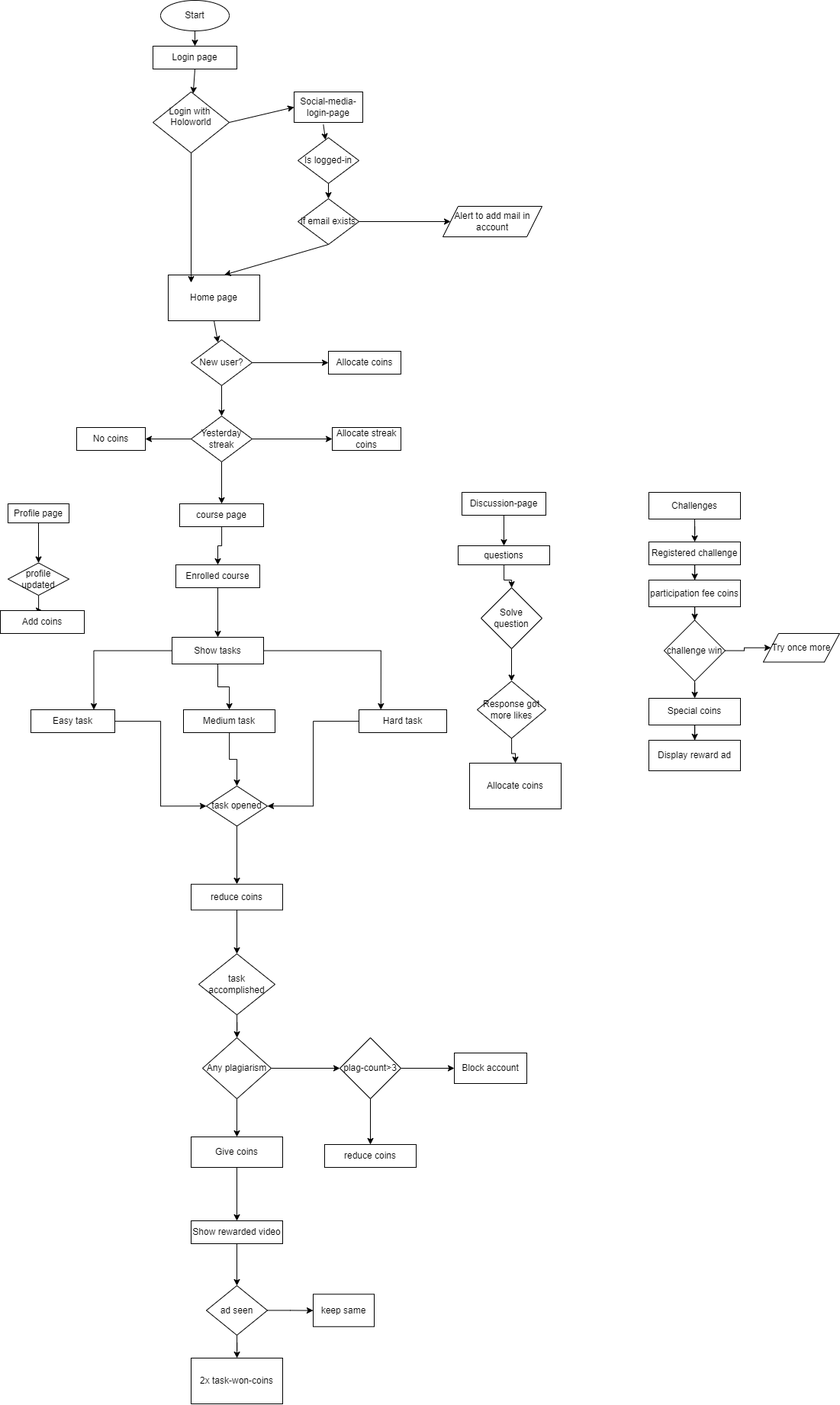
This is public/Coin-flow-chart.drawio.png from karthiksatish159/googleads, a draw.io export, as it was before one commit. Source tidied: cells renumbered, new cells last; positions are measured from the earlier drawing's top-left corner, leaving out a move shared by most shapes.
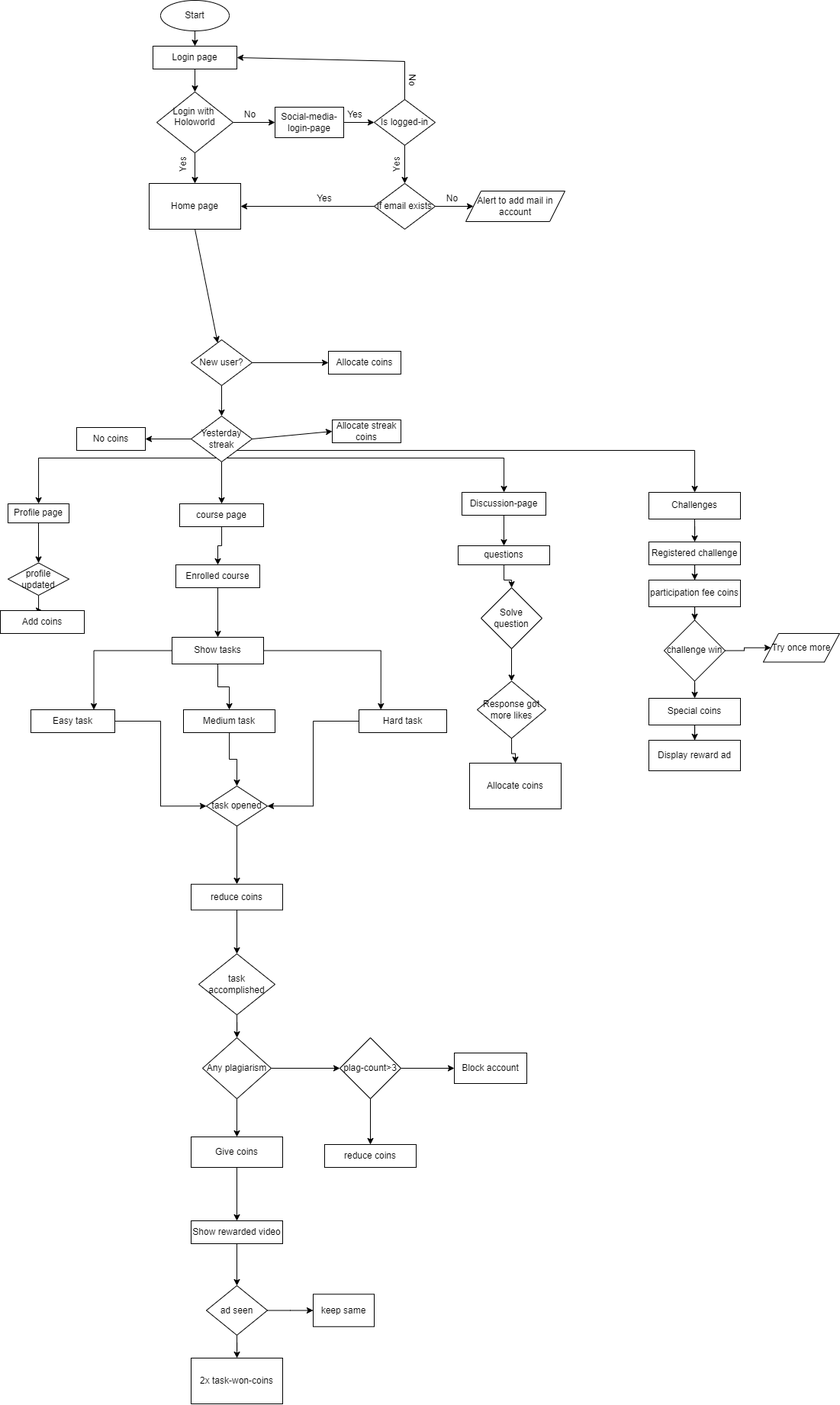
The same file after the commit.

What changed in the source:
```diff
@@ -8,23 +8,35 @@
     <mxCell id="3" value="Login page&lt;br&gt;" style="rounded=0;whiteSpace=wrap;html=1;" parent="1" vertex="1">
       <mxGeometry x="200" y="60" width="110" height="30" as="geometry" />
     </mxCell>
+    <mxCell id="93" style="edgeStyle=orthogonalEdgeStyle;rounded=0;jettySize=auto;html=1;" parent="1" edge="1" source="4" target="9">
+      <mxGeometry relative="1" as="geometry" />
+    </mxCell>
+    <mxCell id="94" style="edgeStyle=orthogonalEdgeStyle;rounded=0;jettySize=auto;html=1;" parent="1" edge="1" source="4" target="5">
+      <mxGeometry relative="1" as="geometry" />
+    </mxCell>
     <mxCell id="4" value="&lt;div style=&quot;&quot;&gt;&lt;span style=&quot;background-color: initial;&quot;&gt;Login with&amp;nbsp;&lt;/span&gt;&lt;/div&gt;&lt;div style=&quot;&quot;&gt;&lt;span style=&quot;background-color: initial;&quot;&gt;Holoworld&lt;/span&gt;&lt;/div&gt;&lt;div style=&quot;&quot;&gt;&lt;br&gt;&lt;/div&gt;" style="rhombus;whiteSpace=wrap;html=1;align=center;" parent="1" vertex="1">
-      <mxGeometry x="200" y="120" width="100" height="80" as="geometry" />
+      <mxGeometry x="205" y="120" width="100" height="80" as="geometry" />
     </mxCell>
+    <mxCell id="85" style="edgeStyle=orthogonalEdgeStyle;rounded=0;jettySize=auto;html=1;" parent="1" edge="1" source="5" target="6">
+      <mxGeometry relative="1" as="geometry" />
+    </mxCell>
     <mxCell id="5" value="Social-media-login-page" style="rounded=0;whiteSpace=wrap;html=1;" parent="1" vertex="1">
-      <mxGeometry x="385" y="120" width="90" height="40" as="geometry" />
+      <mxGeometry x="360" y="140" width="90" height="40" as="geometry" />
     </mxCell>
     <mxCell id="6" value="Is logged-in&lt;br&gt;" style="rhombus;whiteSpace=wrap;html=1;" parent="1" vertex="1">
-      <mxGeometry x="390" y="180" width="80" height="60" as="geometry" />
+      <mxGeometry x="490" y="130" width="80" height="60" as="geometry" />
     </mxCell>
+    <mxCell id="86" style="edgeStyle=orthogonalEdgeStyle;rounded=0;jettySize=auto;html=1;entryX=1;entryY=0.5;entryDx=0;entryDy=0;" parent="1" edge="1" source="7" target="9">
+      <mxGeometry relative="1" as="geometry" />
+    </mxCell>
     <mxCell id="7" value="if email exists" style="rhombus;whiteSpace=wrap;html=1;" parent="1" vertex="1">
-      <mxGeometry x="390" y="260" width="80" height="60" as="geometry" />
+      <mxGeometry x="490" y="240" width="80" height="60" as="geometry" />
     </mxCell>
     <mxCell id="8" value="Alert to add mail in account" style="shape=parallelogram;perimeter=parallelogramPerimeter;whiteSpace=wrap;html=1;fixedSize=1;" parent="1" vertex="1">
-      <mxGeometry x="580" y="270" width="130" height="40" as="geometry" />
+      <mxGeometry x="610" y="250" width="130" height="40" as="geometry" />
     </mxCell>
     <mxCell id="9" value="Home page&lt;br&gt;" style="rounded=0;whiteSpace=wrap;html=1;" parent="1" vertex="1">
-      <mxGeometry x="220" y="360" width="120" height="60" as="geometry" />
+      <mxGeometry x="195" y="240" width="120" height="60" as="geometry" />
     </mxCell>
     <mxCell id="10" style="edgeStyle=orthogonalEdgeStyle;rounded=0;jettySize=auto;html=1;" parent="1" edge="1" source="11" target="15">
       <mxGeometry relative="1" as="geometry" />
@@ -36,11 +48,32 @@
       <mxGeometry x="430" y="460" width="95" height="30" as="geometry" />
     </mxCell>
     <mxCell id="13" value="Allocate streak coins" style="rounded=0;whiteSpace=wrap;html=1;" parent="1" vertex="1">
-      <mxGeometry x="435" y="560" width="90" height="30" as="geometry" />
+      <mxGeometry x="435" y="550" width="90" height="30" as="geometry" />
     </mxCell>
     <mxCell id="14" style="edgeStyle=orthogonalEdgeStyle;rounded=0;jettySize=auto;html=1;" parent="1" edge="1" source="15" target="18">
       <mxGeometry relative="1" as="geometry" />
     </mxCell>
+    <mxCell id="95" style="edgeStyle=orthogonalEdgeStyle;rounded=0;jettySize=auto;html=1;" parent="1" edge="1" source="15" target="55">
+      <mxGeometry relative="1" as="geometry">
+        <Array as="points">
+          <mxPoint x="50" y="600" />
+        </Array>
+      </mxGeometry>
+    </mxCell>
+    <mxCell id="96" style="edgeStyle=orthogonalEdgeStyle;rounded=0;jettySize=auto;html=1;" parent="1" edge="1" source="15" target="60">
+      <mxGeometry relative="1" as="geometry">
+        <Array as="points">
+          <mxPoint x="660" y="600" />
+        </Array>
+      </mxGeometry>
+    </mxCell>
+    <mxCell id="97" style="edgeStyle=orthogonalEdgeStyle;rounded=0;jettySize=auto;html=1;" parent="1" edge="1" source="15" target="69">
+      <mxGeometry relative="1" as="geometry">
+        <Array as="points">
+          <mxPoint x="910" y="590" />
+        </Array>
+      </mxGeometry>
+    </mxCell>
     <mxCell id="15" value="Yesterday&lt;br&gt;streak" style="rhombus;whiteSpace=wrap;html=1;" parent="1" vertex="1">
       <mxGeometry x="250" y="545" width="80" height="60" as="geometry" />
     </mxCell>
@@ -245,22 +278,6 @@
     <mxCell id="82" style="endArrow=classic;html=1;rounded=0;exitX=0.5;exitY=1;exitDx=0;exitDy=0;" parent="1" edge="1" source="3" target="4">
       <mxGeometry relative="1" as="geometry" />
     </mxCell>
-    <mxCell id="83" style="endArrow=classic;html=1;rounded=0;entryX=0;entryY=0.5;entryDx=0;entryDy=0;" parent="1" edge="1" target="5">
-      <mxGeometry relative="1" as="geometry">
-        <mxPoint x="300" y="160" as="sourcePoint" />
-      </mxGeometry>
-    </mxCell>
-    <mxCell id="84" style="endArrow=classic;html=1;rounded=0;exitX=0.5;exitY=1;exitDx=0;exitDy=0;" parent="1" edge="1" source="4">
-      <mxGeometry relative="1" as="geometry">
-        <mxPoint x="250" y="370" as="targetPoint" />
-      </mxGeometry>
-    </mxCell>
-    <mxCell id="85" style="endArrow=classic;html=1;rounded=0;exitX=0.426;exitY=1.07;exitDx=0;exitDy=0;exitPerimeter=0;" parent="1" edge="1" source="5" target="6">
-      <mxGeometry relative="1" as="geometry" />
-    </mxCell>
-    <mxCell id="86" style="endArrow=classic;html=1;rounded=0;exitX=0.5;exitY=1;exitDx=0;exitDy=0;entryX=0.614;entryY=-0.003;entryDx=0;entryDy=0;entryPerimeter=0;" parent="1" edge="1" source="7" target="9">
-      <mxGeometry relative="1" as="geometry" />
-    </mxCell>
     <mxCell id="87" style="endArrow=classic;html=1;rounded=0;exitX=0.5;exitY=1;exitDx=0;exitDy=0;" parent="1" edge="1" source="6" target="7">
       <mxGeometry relative="1" as="geometry" />
     </mxCell>
@@ -279,5 +296,33 @@
     <mxCell id="92" style="endArrow=classic;html=1;rounded=0;exitX=1;exitY=0.5;exitDx=0;exitDy=0;entryX=0;entryY=0.5;entryDx=0;entryDy=0;" parent="1" edge="1" source="15" target="13">
       <mxGeometry relative="1" as="geometry" />
     </mxCell>
+    <mxCell id="98" value="Yes" style="text;html=1;strokeColor=none;fillColor=none;align=center;verticalAlign=middle;whiteSpace=wrap;rounded=0;rotation=-90;" parent="1" vertex="1">
+      <mxGeometry x="210" y="200" width="60" height="30" as="geometry" />
+    </mxCell>
+    <mxCell id="99" value="No" style="text;html=1;strokeColor=none;fillColor=none;align=center;verticalAlign=middle;whiteSpace=wrap;rounded=0;" parent="1" vertex="1">
+      <mxGeometry x="315" y="142.5" width="25" height="15" as="geometry" />
+    </mxCell>
+    <mxCell id="100" value="Yes" style="text;html=1;strokeColor=none;fillColor=none;align=center;verticalAlign=middle;whiteSpace=wrap;rounded=0;" parent="1" vertex="1">
+      <mxGeometry x="435" y="135" width="60" height="30" as="geometry" />
+    </mxCell>
+    <mxCell id="101" value="Yes" style="text;html=1;strokeColor=none;fillColor=none;align=center;verticalAlign=middle;whiteSpace=wrap;rounded=0;rotation=-90;" parent="1" vertex="1">
+      <mxGeometry x="490" y="200" width="60" height="30" as="geometry" />
+    </mxCell>
+    <mxCell id="102" style="endArrow=classic;html=1;rounded=0;exitX=0.5;exitY=0;exitDx=0;exitDy=0;entryX=1;entryY=0.5;entryDx=0;entryDy=0;" parent="1" edge="1" source="6" target="3">
+      <mxGeometry relative="1" as="geometry">
+        <Array as="points">
+          <mxPoint x="530" y="80" />
+        </Array>
+      </mxGeometry>
+    </mxCell>
+    <mxCell id="103" value="No" style="text;html=1;strokeColor=none;fillColor=none;align=center;verticalAlign=middle;whiteSpace=wrap;rounded=0;rotation=90;" parent="1" vertex="1">
+      <mxGeometry x="510" y="90" width="60" height="30" as="geometry" />
+    </mxCell>
+    <mxCell id="104" value="Yes" style="text;html=1;strokeColor=none;fillColor=none;align=center;verticalAlign=middle;whiteSpace=wrap;rounded=0;" parent="1" vertex="1">
+      <mxGeometry x="400" y="250" width="50" height="20" as="geometry" />
+    </mxCell>
+    <mxCell id="105" value="No" style="text;html=1;strokeColor=none;fillColor=none;align=center;verticalAlign=middle;whiteSpace=wrap;rounded=0;" parent="1" vertex="1">
+      <mxGeometry x="590" y="250" width="5" height="20" as="geometry" />
+    </mxCell>
   </root>
 </mxGraphModel>
```
